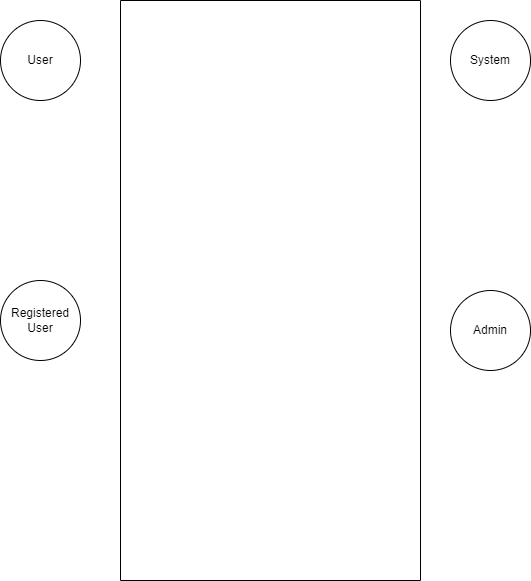
This is AmazonShopping.drawio.png from Janishar143m/javapractise, a draw.io export, as it was before one commit. Source tidied: cells renumbered, new cells last; positions are measured from the earlier drawing's top-left corner, leaving out a move shared by most shapes.
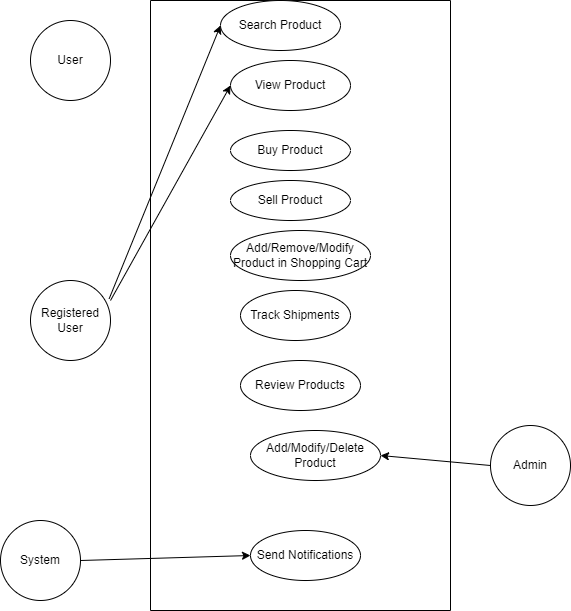
The same diagram one commit later.

Change to the diagram source:
```diff
@@ -3,8 +3,32 @@
     <mxCell id="0" />
     <mxCell id="1" parent="0" />
     <mxCell id="2" style="swimlane;startSize=0;" parent="1" vertex="1">
-      <mxGeometry x="120" width="300" height="580" as="geometry" />
+      <mxGeometry x="120" width="300" height="610" as="geometry" />
     </mxCell>
+    <mxCell id="7" value="Search Product" style="ellipse;whiteSpace=wrap;html=1;" parent="2" vertex="1">
+      <mxGeometry x="70" width="120" height="50" as="geometry" />
+    </mxCell>
+    <mxCell id="8" value="View Product" style="ellipse;whiteSpace=wrap;html=1;" parent="2" vertex="1">
+      <mxGeometry x="80" y="60" width="120" height="50" as="geometry" />
+    </mxCell>
+    <mxCell id="9" value="Buy Product" style="ellipse;whiteSpace=wrap;html=1;" parent="2" vertex="1">
+      <mxGeometry x="80" y="130" width="120" height="40" as="geometry" />
+    </mxCell>
+    <mxCell id="10" value="Sell Product" style="ellipse;whiteSpace=wrap;html=1;" parent="2" vertex="1">
+      <mxGeometry x="80" y="180" width="120" height="40" as="geometry" />
+    </mxCell>
+    <mxCell id="11" value="Add/Remove/Modify Product in Shopping Cart" style="ellipse;whiteSpace=wrap;html=1;" parent="2" vertex="1">
+      <mxGeometry x="80" y="230" width="140" height="50" as="geometry" />
+    </mxCell>
+    <mxCell id="12" value="Track Shipments" style="ellipse;whiteSpace=wrap;html=1;" parent="2" vertex="1">
+      <mxGeometry x="90" y="290" width="110" height="50" as="geometry" />
+    </mxCell>
+    <mxCell id="13" value="Review Products" style="ellipse;whiteSpace=wrap;html=1;" parent="2" vertex="1">
+      <mxGeometry x="90" y="360" width="120" height="50" as="geometry" />
+    </mxCell>
+    <mxCell id="14" value="Send Notifications" style="ellipse;whiteSpace=wrap;html=1;" parent="2" vertex="1">
+      <mxGeometry x="100" y="530" width="110" height="50" as="geometry" />
+    </mxCell>
     <mxCell id="3" value="User" style="ellipse;whiteSpace=wrap;html=1;" parent="1" vertex="1">
       <mxGeometry y="20" width="80" height="80" as="geometry" />
     </mxCell>
@@ -12,10 +36,27 @@
       <mxGeometry y="280" width="80" height="80" as="geometry" />
     </mxCell>
     <mxCell id="5" value="System" style="ellipse;whiteSpace=wrap;html=1;" parent="1" vertex="1">
-      <mxGeometry x="450" y="20" width="80" height="80" as="geometry" />
+      <mxGeometry x="-30" y="520" width="80" height="80" as="geometry" />
     </mxCell>
     <mxCell id="6" value="Admin" style="ellipse;whiteSpace=wrap;html=1;" parent="1" vertex="1">
-      <mxGeometry x="450" y="290" width="80" height="80" as="geometry" />
+      <mxGeometry x="460" y="425" width="80" height="80" as="geometry" />
     </mxCell>
+    <mxCell id="15" value="Add/Modify/Delete Product" style="ellipse;whiteSpace=wrap;html=1;" parent="1" vertex="1">
+      <mxGeometry x="220" y="430" width="130" height="50" as="geometry" />
+    </mxCell>
+    <mxCell id="16" style="endArrow=classic;html=1;rounded=0;exitX=1;exitY=0.5;exitDx=0;exitDy=0;entryX=0;entryY=0.5;entryDx=0;entryDy=0;" parent="1" edge="1" source="5" target="14">
+      <mxGeometry relative="1" as="geometry" />
+    </mxCell>
+    <mxCell id="17" style="endArrow=classic;html=1;rounded=0;exitX=0;exitY=0.5;exitDx=0;exitDy=0;entryX=1;entryY=0.5;entryDx=0;entryDy=0;" parent="1" edge="1" source="6" target="15">
+      <mxGeometry relative="1" as="geometry" />
+    </mxCell>
+    <mxCell id="18" style="endArrow=classic;html=1;rounded=0;exitX=0.983;exitY=0.229;exitDx=0;exitDy=0;exitPerimeter=0;entryX=0;entryY=0.5;entryDx=0;entryDy=0;" parent="1" edge="1" source="4" target="7">
+      <mxGeometry relative="1" as="geometry" />
+    </mxCell>
+    <mxCell id="19" style="endArrow=classic;html=1;rounded=0;entryX=0;entryY=0.5;entryDx=0;entryDy=0;" parent="1" edge="1" target="8">
+      <mxGeometry relative="1" as="geometry">
+        <mxPoint x="80" y="300" as="sourcePoint" />
+      </mxGeometry>
+    </mxCell>
   </root>
 </mxGraphModel>
```
